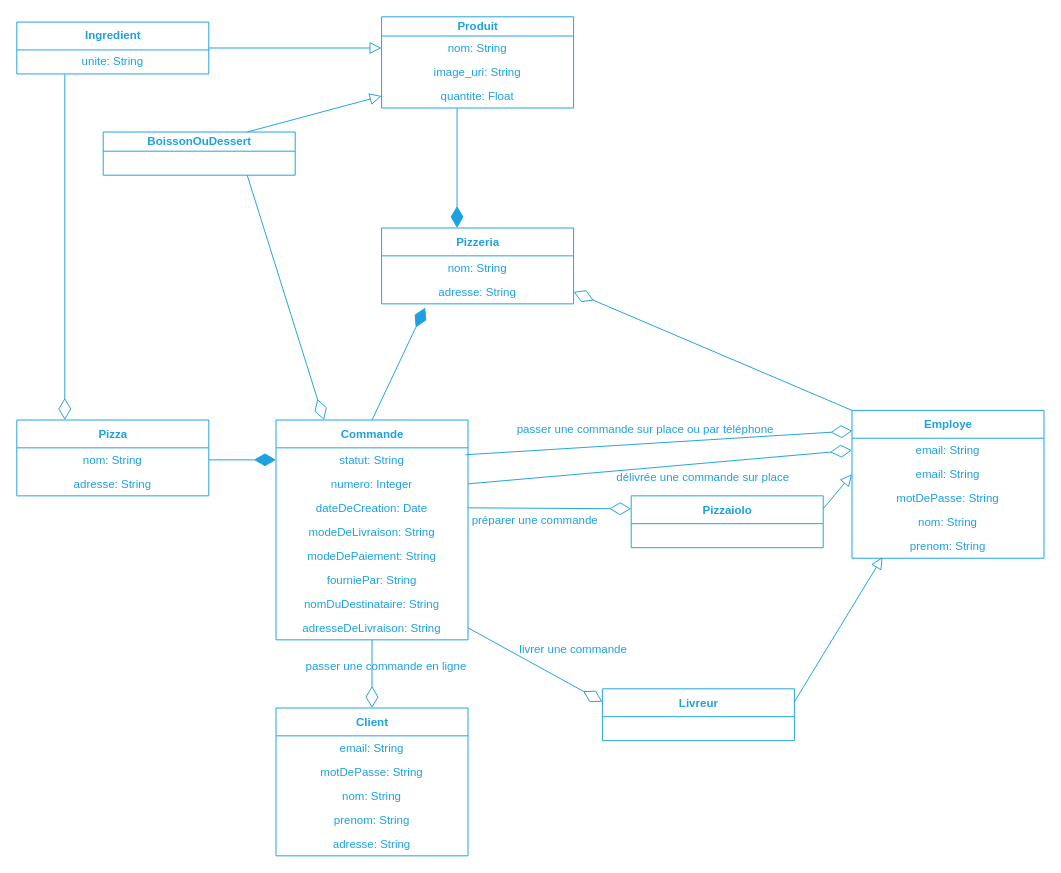
This is img/figure_class-diagram.dio from centvingt/OCPizzaRedaction, a draw.io file, before an edit. Source tidied: cells renumbered, new cells numbered last; positions are measured from the earlier drawing's top-left corner, leaving out a move shared by most shapes. Both pictures are drawn from the tidied source at 96%, with x=0, y=0 at pixel (16, 16).
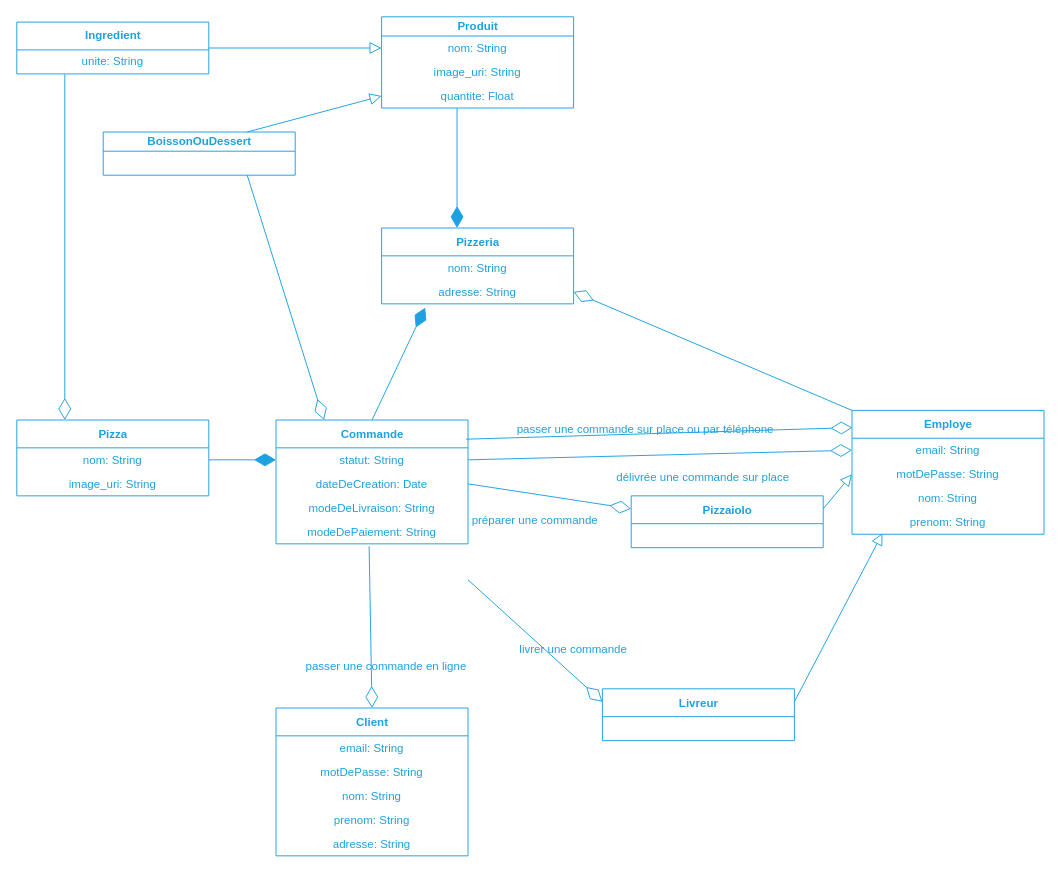
The same page after the edit.

Commit message (it also covers changes not shown here):
Modèle physique de données réalisé avec SQL Power Architect Il faudra modifier les diagrammes du domaine fonctionnel et des classes pour les adapter au MPD

Unchanged cells that the change refers to:
```xml
<mxCell id="3" value="&lt;font color=&quot;#1da1e1&quot;&gt;statut: String&lt;/font&gt;" style="text;html=1;strokeColor=none;fillColor=none;align=center;verticalAlign=middle;spacingLeft=4;spacingRight=4;overflow=hidden;points=[[0,0.5],[1,0.5]];portConstraint=eastwest;" parent="2" vertex="1">
  <mxGeometry y="29" width="200" height="25" as="geometry" />
</mxCell>
<mxCell id="11" value="&lt;font color=&quot;#1da1e1&quot;&gt;Client&lt;/font&gt;" style="swimlane;fontStyle=1;align=center;verticalAlign=middle;horizontal=1;startSize=29;html=1;fillColor=none;strokeColor=#1DA1E1;" parent="1" vertex="1">
  <mxGeometry x="270" y="720" width="200" height="154" as="geometry" />
</mxCell>
<mxCell id="18" value="&lt;font color=&quot;#1da1e1&quot;&gt;email: String&lt;/font&gt;" style="text;html=1;strokeColor=none;fillColor=none;align=center;verticalAlign=middle;spacingLeft=4;spacingRight=4;overflow=hidden;points=[[0,0.5],[1,0.5]];portConstraint=eastwest;" parent="17" vertex="1">
  <mxGeometry y="29" width="200" height="25" as="geometry" />
</mxCell>
<mxCell id="32" value="&lt;font color=&quot;#1da1e1&quot;&gt;Pizzaiolo&lt;/font&gt;" style="swimlane;fontStyle=1;align=center;verticalAlign=middle;horizontal=1;startSize=29;html=1;fillColor=none;strokeColor=#1DA1E1;" parent="1" vertex="1">
  <mxGeometry x="640" y="499" width="200" height="54" as="geometry" />
</mxCell>
<mxCell id="35" value="&lt;font color=&quot;#1da1e1&quot;&gt;Livreur&lt;/font&gt;" style="swimlane;fontStyle=1;align=center;verticalAlign=middle;horizontal=1;startSize=29;html=1;fillColor=none;strokeColor=#1DA1E1;" parent="1" vertex="1">
  <mxGeometry x="610" y="700" width="200" height="54" as="geometry" />
</mxCell>
<mxCell id="47" value="&lt;font color=&quot;#1da1e1&quot;&gt;Pizza&lt;/font&gt;" style="swimlane;fontStyle=1;align=center;verticalAlign=middle;horizontal=1;startSize=29;html=1;fillColor=none;strokeColor=#1DA1E1;" parent="1" vertex="1">
  <mxGeometry y="420" width="200" height="79" as="geometry" />
</mxCell>
```

Diff of the diagram source:
```diff
@@
     <mxCell id="2" value="&lt;font color=&quot;#1da1e1&quot;&gt;Commande&lt;/font&gt;" style="swimlane;fontStyle=1;align=center;verticalAlign=middle;horizontal=1;startSize=29;html=1;fillColor=none;strokeColor=#1DA1E1;" parent="1" vertex="1">
-      <mxGeometry x="270" y="420" width="200" height="229" as="geometry" />
+      <mxGeometry x="270" y="420" width="200" height="129" as="geometry" />
     </mxCell>
@@
-    <mxCell id="4" value="&lt;font color=&quot;#1da1e1&quot;&gt;numero: Integer&lt;/font&gt;" style="text;html=1;strokeColor=none;fillColor=none;align=center;verticalAlign=middle;spacingLeft=4;spacingRight=4;overflow=hidden;points=[[0,0.5],[1,0.5]];portConstraint=eastwest;" parent="2" vertex="1">
-      <mxGeometry y="54" width="200" height="25" as="geometry" />
-    </mxCell>
     <mxCell id="5" value="&lt;font color=&quot;#1da1e1&quot;&gt;dateDeCreation: Date&lt;/font&gt;" style="text;html=1;strokeColor=none;fillColor=none;align=center;verticalAlign=middle;spacingLeft=4;spacingRight=4;overflow=hidden;points=[[0,0.5],[1,0.5]];portConstraint=eastwest;" parent="2" vertex="1">
-      <mxGeometry y="79" width="200" height="25" as="geometry" />
+      <mxGeometry y="54" width="200" height="25" as="geometry" />
     </mxCell>
     <mxCell id="6" value="&lt;font color=&quot;#1da1e1&quot;&gt;modeDeLivraison: String&lt;/font&gt;" style="text;html=1;strokeColor=none;fillColor=none;align=center;verticalAlign=middle;spacingLeft=4;spacingRight=4;overflow=hidden;" parent="2" vertex="1">
-      <mxGeometry y="104" width="200" height="25" as="geometry" />
+      <mxGeometry y="79" width="200" height="25" as="geometry" />
     </mxCell>
     <mxCell id="7" value="&lt;font color=&quot;#1da1e1&quot;&gt;modeDePaiement: String&lt;/font&gt;" style="text;html=1;strokeColor=none;fillColor=none;align=center;verticalAlign=middle;spacingLeft=4;spacingRight=4;overflow=hidden;points=[[0,0.5],[1,0.5]];portConstraint=eastwest;" parent="2" vertex="1">
-      <mxGeometry y="129" width="200" height="25" as="geometry" />
+      <mxGeometry y="104" width="200" height="25" as="geometry" />
     </mxCell>
-    <mxCell id="8" value="&lt;font color=&quot;#1da1e1&quot;&gt;fourniePar: String&lt;/font&gt;" style="text;html=1;strokeColor=none;fillColor=none;align=center;verticalAlign=middle;spacingLeft=4;spacingRight=4;overflow=hidden;" parent="2" vertex="1">
-      <mxGeometry y="154" width="200" height="25" as="geometry" />
-    </mxCell>
-    <mxCell id="9" value="&lt;font color=&quot;#1da1e1&quot;&gt;nomDuDestinataire: String&lt;/font&gt;" style="text;html=1;strokeColor=none;fillColor=none;align=center;verticalAlign=middle;spacingLeft=4;spacingRight=4;overflow=hidden;" parent="2" vertex="1">
-      <mxGeometry y="179" width="200" height="25" as="geometry" />
-    </mxCell>
-    <mxCell id="10" value="&lt;font color=&quot;#1da1e1&quot;&gt;adresseDeLivraison: String&lt;/font&gt;" style="text;html=1;strokeColor=none;fillColor=none;align=center;verticalAlign=middle;spacingLeft=4;spacingRight=4;overflow=hidden;points=[[0,0.5],[1,0.5]];portConstraint=eastwest;" parent="2" vertex="1">
-      <mxGeometry y="204" width="200" height="25" as="geometry" />
-    </mxCell>
@@
     <mxCell id="17" value="&lt;font color=&quot;#1da1e1&quot;&gt;Employe&lt;/font&gt;" style="swimlane;fontStyle=1;align=center;verticalAlign=middle;horizontal=1;startSize=29;html=1;fillColor=none;strokeColor=#1DA1E1;" parent="1" vertex="1">
-      <mxGeometry x="870" y="410" width="200" height="154" as="geometry" />
+      <mxGeometry x="870" y="410" width="200" height="129" as="geometry" />
     </mxCell>
@@
-    <mxCell id="19" value="&lt;font color=&quot;#1da1e1&quot;&gt;email: String&lt;/font&gt;" style="text;html=1;strokeColor=none;fillColor=none;align=center;verticalAlign=middle;spacingLeft=4;spacingRight=4;overflow=hidden;points=[[0,0.5],[1,0.5]];portConstraint=eastwest;" parent="17" vertex="1">
-      <mxGeometry y="54" width="200" height="25" as="geometry" />
-    </mxCell>
     <mxCell id="20" value="&lt;font color=&quot;#1da1e1&quot;&gt;motDePasse: String&lt;/font&gt;" style="text;html=1;strokeColor=none;fillColor=none;align=center;verticalAlign=middle;spacingLeft=4;spacingRight=4;overflow=hidden;" parent="17" vertex="1">
-      <mxGeometry y="79" width="200" height="25" as="geometry" />
+      <mxGeometry y="54" width="200" height="25" as="geometry" />
     </mxCell>
     <mxCell id="21" value="&lt;font color=&quot;#1da1e1&quot;&gt;nom: String&lt;/font&gt;" style="text;html=1;strokeColor=none;fillColor=none;align=center;verticalAlign=middle;spacingLeft=4;spacingRight=4;overflow=hidden;" parent="17" vertex="1">
-      <mxGeometry y="104" width="200" height="25" as="geometry" />
+      <mxGeometry y="79" width="200" height="25" as="geometry" />
     </mxCell>
     <mxCell id="22" value="&lt;font color=&quot;#1da1e1&quot;&gt;prenom: String&lt;/font&gt;" style="text;html=1;strokeColor=none;fillColor=none;align=center;verticalAlign=middle;spacingLeft=4;spacingRight=4;overflow=hidden;points=[[0,0.5],[1,0.5]];portConstraint=eastwest;" parent="17" vertex="1">
-      <mxGeometry y="129" width="200" height="25" as="geometry" />
+      <mxGeometry y="104" width="200" height="25" as="geometry" />
     </mxCell>
@@
-    <mxCell id="30" style="rounded=0;jettySize=auto;html=1;exitX=1;exitY=0.25;exitDx=0;exitDy=0;entryX=0;entryY=0.5;entryDx=0;entryDy=0;endArrow=block;endFill=0;strokeColor=#1DA1E1;endSize=10;" parent="1" edge="1" source="32" target="19">
-      <mxGeometry relative="1" as="geometry" />
+    <mxCell id="30" style="rounded=0;jettySize=auto;html=1;exitX=1;exitY=0.25;exitDx=0;exitDy=0;entryX=0;entryY=0.5;entryDx=0;entryDy=0;endArrow=block;endFill=0;strokeColor=#1DA1E1;endSize=10;" parent="1" edge="1" source="32">
+      <mxGeometry relative="1" as="geometry">
+        <mxPoint x="870" y="476.5" as="targetPoint" />
+      </mxGeometry>
     </mxCell>
@@
-    <mxCell id="34" style="edgeStyle=none;rounded=0;jettySize=auto;html=1;exitX=0;exitY=0.25;exitDx=0;exitDy=0;entryX=1;entryY=0.5;entryDx=0;entryDy=0;startArrow=diamondThin;startFill=0;startSize=20;endArrow=none;endFill=0;endSize=20;strokeColor=#1DA1E1;strokeWidth=1;" parent="1" edge="1" source="35" target="10">
-      <mxGeometry relative="1" as="geometry" />
+    <mxCell id="34" style="edgeStyle=none;rounded=0;jettySize=auto;html=1;exitX=0;exitY=0.25;exitDx=0;exitDy=0;entryX=1;entryY=0.5;entryDx=0;entryDy=0;startArrow=diamondThin;startFill=0;startSize=20;endArrow=none;endFill=0;endSize=20;strokeColor=#1DA1E1;strokeWidth=1;" parent="1" edge="1" source="35">
+      <mxGeometry relative="1" as="geometry">
+        <mxPoint x="470" y="586.5" as="targetPoint" />
+      </mxGeometry>
     </mxCell>
@@
-    <mxCell id="45" style="edgeStyle=none;rounded=0;jettySize=auto;html=1;exitX=0.5;exitY=0;exitDx=0;exitDy=0;startArrow=diamondThin;startFill=0;startSize=20;endArrow=none;endFill=0;endSize=20;strokeColor=#1DA1E1;strokeWidth=1;" parent="1" edge="1" source="11" target="10">
+    <mxCell id="45" style="edgeStyle=none;rounded=0;jettySize=auto;html=1;exitX=0.5;exitY=0;exitDx=0;exitDy=0;startArrow=diamondThin;startFill=0;startSize=20;endArrow=none;endFill=0;endSize=20;strokeColor=#1DA1E1;strokeWidth=1;entryX=0.485;entryY=1.1;entryDx=0;entryDy=0;entryPerimeter=0;" parent="1" edge="1" source="11" target="7">
       <mxGeometry relative="1" as="geometry" />
     </mxCell>
@@
-    <mxCell id="49" value="&lt;font color=&quot;#1da1e1&quot;&gt;adresse: String&lt;/font&gt;" style="text;html=1;strokeColor=none;fillColor=none;align=center;verticalAlign=middle;spacingLeft=4;spacingRight=4;overflow=hidden;" parent="47" vertex="1">
+    <mxCell id="49" value="&lt;font color=&quot;#1da1e1&quot;&gt;image_uri: String&lt;/font&gt;" style="text;html=1;strokeColor=none;fillColor=none;align=center;verticalAlign=middle;spacingLeft=4;spacingRight=4;overflow=hidden;" parent="47" vertex="1">
       <mxGeometry y="54" width="200" height="25" as="geometry" />
     </mxCell>
@@
-    <mxCell id="51" style="edgeStyle=none;rounded=0;jettySize=auto;html=1;exitX=0.002;exitY=0.139;exitDx=0;exitDy=0;startArrow=diamondThin;startFill=0;startSize=20;endArrow=none;endFill=0;endSize=20;strokeColor=#1DA1E1;strokeWidth=1;entryX=0.988;entryY=0.158;entryDx=0;entryDy=0;entryPerimeter=0;exitPerimeter=0;" parent="1" edge="1" source="17" target="2">
-      <mxGeometry relative="1" as="geometry" />
+    <mxCell id="51" style="edgeStyle=none;rounded=0;jettySize=auto;html=1;exitX=0.002;exitY=0.139;exitDx=0;exitDy=0;startArrow=diamondThin;startFill=0;startSize=20;endArrow=none;endFill=0;endSize=20;strokeColor=#1DA1E1;strokeWidth=1;exitPerimeter=0;" parent="1" edge="1" source="17">
+      <mxGeometry relative="1" as="geometry">
+        <mxPoint x="468" y="440" as="targetPoint" />
+      </mxGeometry>
     </mxCell>
@@
-    <mxCell id="56" style="edgeStyle=none;rounded=0;jettySize=auto;html=1;exitX=0;exitY=0.5;exitDx=0;exitDy=0;startArrow=diamondThin;startFill=0;startSize=20;endArrow=none;endFill=0;endSize=20;strokeColor=#1DA1E1;strokeWidth=1;entryX=1;entryY=0.5;entryDx=0;entryDy=0;" parent="1" edge="1" source="18" target="4">
+    <mxCell id="56" style="edgeStyle=none;rounded=0;jettySize=auto;html=1;exitX=0;exitY=0.5;exitDx=0;exitDy=0;startArrow=diamondThin;startFill=0;startSize=20;endArrow=none;endFill=0;endSize=20;strokeColor=#1DA1E1;strokeWidth=1;entryX=1;entryY=0.5;entryDx=0;entryDy=0;" parent="1" edge="1" source="18" target="3">
       <mxGeometry relative="1" as="geometry" />
     </mxCell>
```
